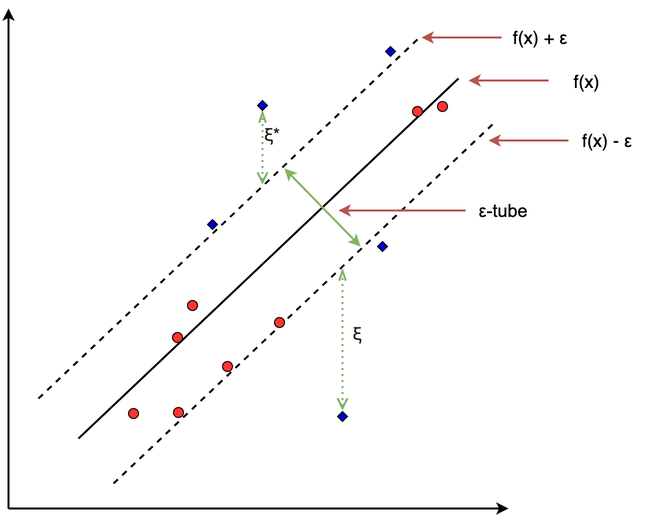
This is images/c3_mod/svm.png from RaphaelS1/thesis_supplementary, a draw.io export, as it was before one commit. Source tidied: cells renumbered, new cells last; positions are measured from the earlier drawing's top-left corner, leaving out a move shared by most shapes.
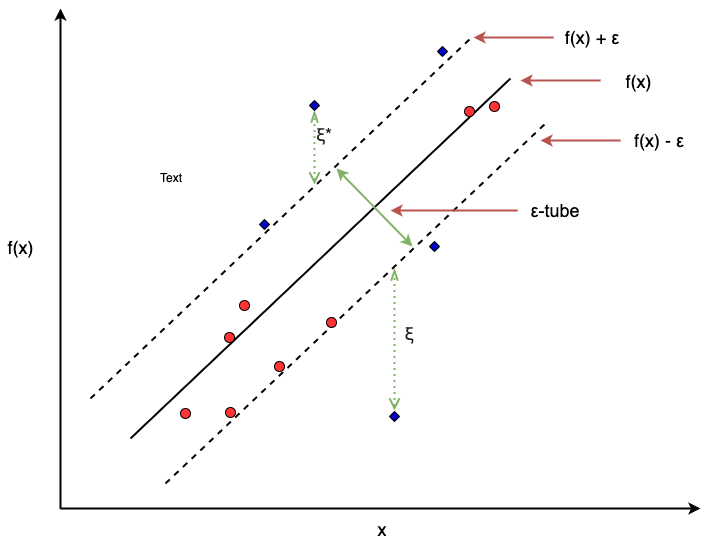
Above is the later version.

What changed in the source:
```diff
@@ -11,7 +11,7 @@
     <mxCell id="3" style="endArrow=classic;html=1;strokeWidth=2;endFill=1;startFill=0;startArrow=none;" parent="1" edge="1">
       <mxGeometry relative="1" as="geometry">
         <mxPoint y="500" as="sourcePoint" />
-        <mxPoint x="500" y="500" as="targetPoint" />
+        <mxPoint x="640" y="500" as="targetPoint" />
       </mxGeometry>
     </mxCell>
     <mxCell id="4" style="endArrow=none;html=1;strokeWidth=2;" parent="1" edge="1">
@@ -131,5 +131,14 @@
     <mxCell id="32" style="rhombus;whiteSpace=wrap;html=1;fillColor=#0000CC;fontSize=18;" parent="1" vertex="1">
       <mxGeometry x="377" y="38" width="10" height="10" as="geometry" />
     </mxCell>
+    <mxCell id="33" value="x" style="text;html=1;strokeColor=none;fillColor=none;align=center;verticalAlign=middle;whiteSpace=wrap;rounded=0;fontSize=18;" parent="1" vertex="1">
+      <mxGeometry x="301.2" y="510" width="40" height="20" as="geometry" />
+    </mxCell>
+    <mxCell id="34" value="f(x)" style="text;html=1;strokeColor=none;fillColor=none;align=center;verticalAlign=middle;whiteSpace=wrap;rounded=0;fontSize=18;" parent="1" vertex="1">
+      <mxGeometry x="-60" y="228" width="40" height="20" as="geometry" />
+    </mxCell>
+    <mxCell id="35" value="Text" style="text;html=1;align=center;verticalAlign=middle;" parent="1" vertex="1">
+      <mxGeometry x="91" y="159" width="40" height="20" as="geometry" />
+    </mxCell>
   </root>
 </mxGraphModel>
```
